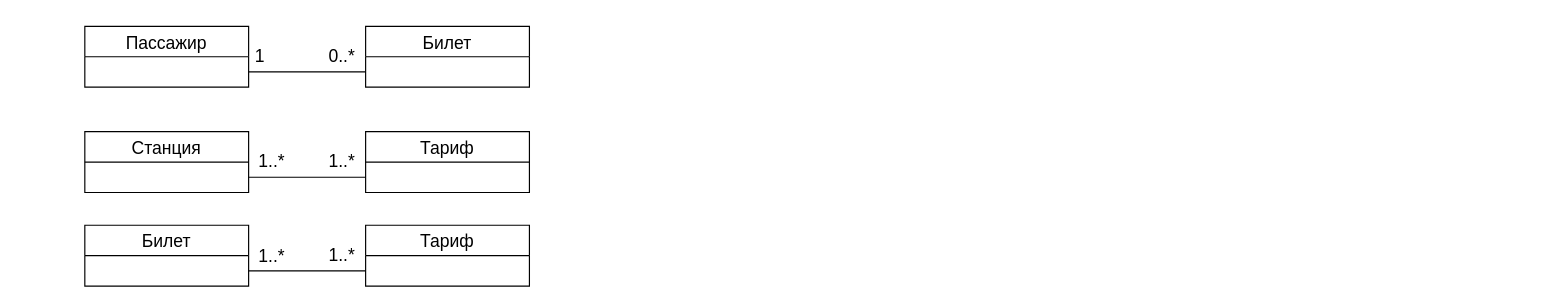
Before: Диаграмма без названия.drawio in novikovikbo/homework, a draw.io diagram. Source tidied: cells renumbered, new cells numbered last; positions are measured from the earlier drawing's top-left corner, leaving out a move shared by most shapes. Both pictures are drawn from the tidied source at 117%, with x=0, y=0 at pixel (84, 26).
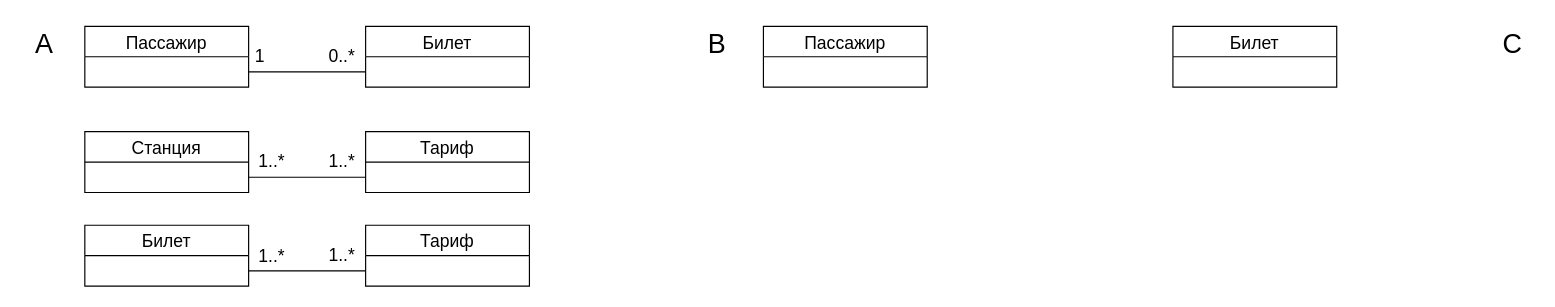
After the change.

Change to the diagram source:
```diff
@@
+    <mxCell id="17" value="А" style="text;html=1;align=center;verticalAlign=middle;strokeColor=none;fillColor=none;fontSize=23;" parent="1" vertex="1">
+      <mxGeometry x="-55" y="-5" width="40" height="40" as="geometry" />
+    </mxCell>
+    <mxCell id="18" value="В" style="text;html=1;align=center;verticalAlign=middle;strokeColor=none;fillColor=none;fontSize=23;" parent="1" vertex="1">
+      <mxGeometry x="520" y="-5" width="40" height="40" as="geometry" />
+    </mxCell>
+    <mxCell id="19" value="С" style="text;html=1;align=center;verticalAlign=middle;strokeColor=none;fillColor=none;fontSize=23;" parent="1" vertex="1">
+      <mxGeometry x="1200" y="-5" width="40" height="40" as="geometry" />
+    </mxCell>
+    <mxCell id="20" value="Пассажир" style="swimlane;fontStyle=0;horizontal=1;startSize=26;fillColor=none;fontSize=15;" parent="1" vertex="1">
+      <mxGeometry x="580" width="140" height="52" as="geometry" />
+    </mxCell>
+    <mxCell id="21" value="Билет" style="swimlane;fontStyle=0;horizontal=1;startSize=26;fillColor=none;fontSize=15;" parent="1" vertex="1">
+      <mxGeometry x="930" width="140" height="52" as="geometry" />
+    </mxCell>
```
